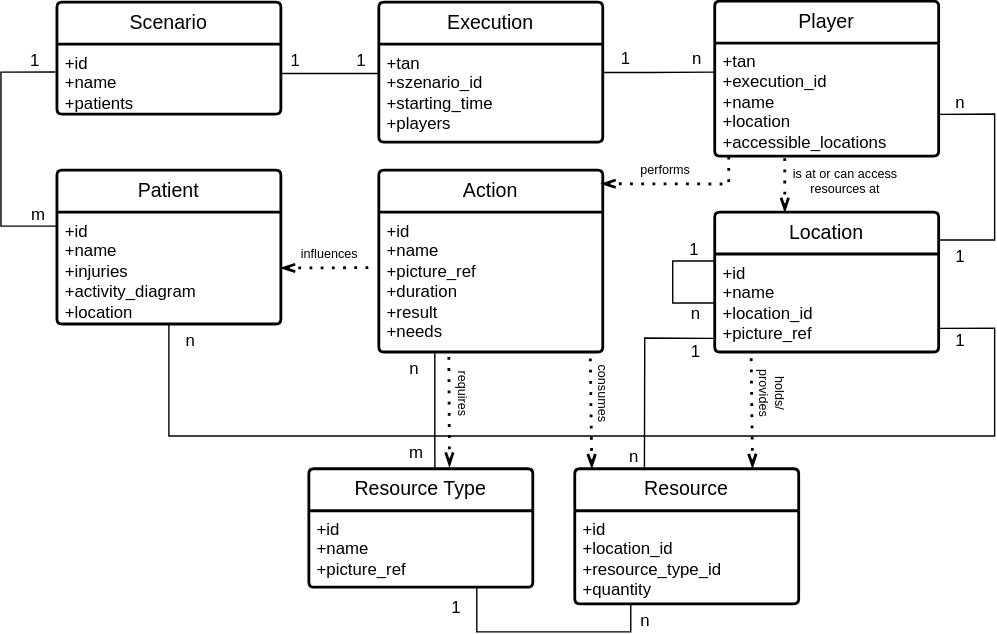
Above: doc/server/entity_relation_runtime.svg in MANVSim/MANVSim (draw.io), before the change. Source tidied: cells renumbered, new cells last; positions are measured from the earlier drawing's top-left corner, leaving out a move shared by most shapes.
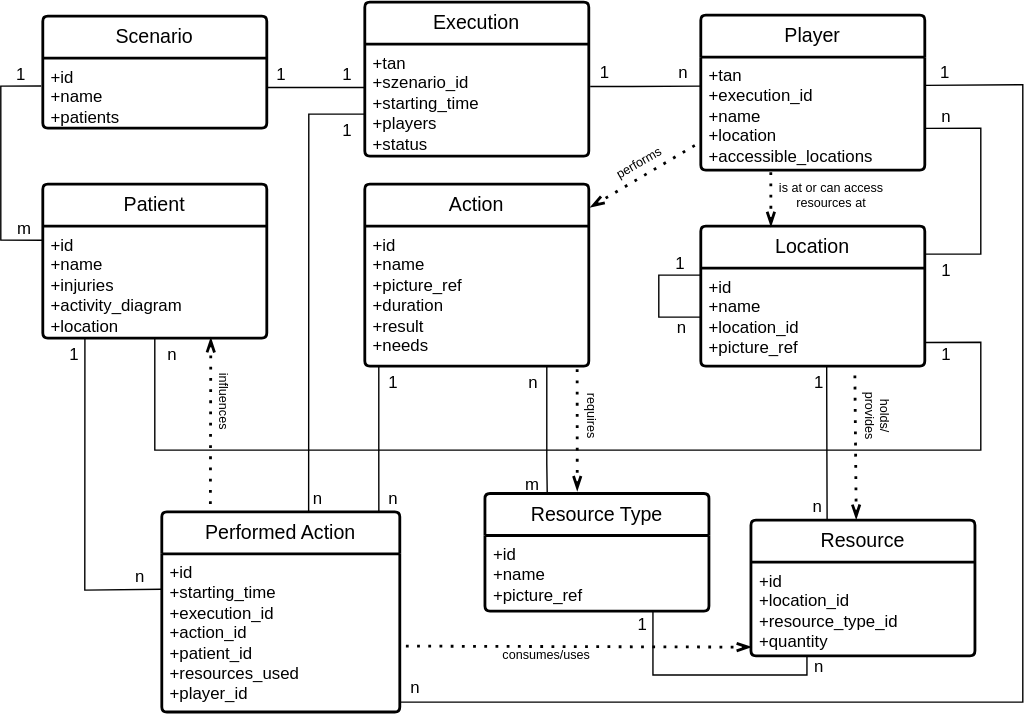
Above is the later version.

Commit message:
add performed action class, update graph, add execution status

What changed in the source:
```diff
@@ -17,8 +17,8 @@
     <mxCell id="6" style="endArrow=none;html=1;rounded=0;entryX=-0.007;entryY=0.399;entryDx=0;entryDy=0;exitX=-0.001;exitY=0.126;exitDx=0;exitDy=0;exitPerimeter=0;entryPerimeter=0;" parent="1" edge="1" source="5" target="3">
       <mxGeometry relative="1" as="geometry">
         <Array as="points">
-          <mxPoint y="161" />
-          <mxPoint y="51" />
+          <mxPoint x="10" y="161" />
+          <mxPoint x="10" y="51" />
         </Array>
       </mxGeometry>
     </mxCell>
@@ -39,10 +39,10 @@
       <mxGeometry y="30" width="160" height="100" as="geometry" />
     </mxCell>
     <mxCell id="11" value="Execution" style="swimlane;horizontal=1;startSize=30;rounded=1;fontSize=14;fontStyle=0;strokeWidth=2;shadow=0;dashed=0;align=center;arcSize=4;whiteSpace=wrap;html=1;" parent="1" vertex="1">
-      <mxGeometry x="270" y="1" width="160" height="100" as="geometry" />
+      <mxGeometry x="270" y="-9" width="160" height="110" as="geometry" />
     </mxCell>
-    <mxCell id="12" value="&lt;div&gt;+tan&lt;/div&gt;&lt;div&gt;+szenario_id&lt;/div&gt;&lt;div&gt;+starting_time&lt;/div&gt;&lt;div&gt;+players&lt;/div&gt;" style="align=left;strokeColor=none;fillColor=none;spacingLeft=4;fontSize=12;verticalAlign=top;html=1;" parent="11" vertex="1">
-      <mxGeometry y="30" width="160" height="70" as="geometry" />
+    <mxCell id="12" value="&lt;div&gt;+tan&lt;/div&gt;&lt;div&gt;+szenario_id&lt;/div&gt;&lt;div&gt;+starting_time&lt;/div&gt;&lt;div&gt;+players&lt;/div&gt;&lt;div&gt;+status&lt;/div&gt;" style="align=left;strokeColor=none;fillColor=none;spacingLeft=4;fontSize=12;verticalAlign=top;html=1;" parent="11" vertex="1">
+      <mxGeometry y="30" width="160" height="80" as="geometry" />
     </mxCell>
     <mxCell id="13" value="Player" style="swimlane;horizontal=1;startSize=30;rounded=1;fontSize=14;fontStyle=0;strokeWidth=2;shadow=0;dashed=0;align=center;arcSize=4;whiteSpace=wrap;html=1;" parent="1" vertex="1">
       <mxGeometry x="510" y="0.3" width="160" height="110.7" as="geometry" />
@@ -74,16 +74,16 @@
       <mxGeometry y="30" width="160" height="70" as="geometry" />
     </mxCell>
     <mxCell id="20" value="Resource" style="swimlane;horizontal=1;startSize=30;rounded=1;fontSize=14;fontStyle=0;strokeWidth=2;shadow=0;dashed=0;align=center;arcSize=4;whiteSpace=wrap;html=1;" parent="1" vertex="1">
-      <mxGeometry x="410" y="334.4" width="160" height="96.6" as="geometry" />
+      <mxGeometry x="545.8" y="361" width="160" height="97" as="geometry" />
     </mxCell>
     <mxCell id="21" value="+id&lt;div&gt;+location_id&lt;/div&gt;&lt;div&gt;+resource_type_id&lt;br&gt;+quantity&lt;/div&gt;" style="align=left;strokeColor=none;fillColor=none;spacingLeft=4;fontSize=12;verticalAlign=top;html=1;" parent="20" vertex="1">
-      <mxGeometry y="30" width="160" height="66.6" as="geometry" />
+      <mxGeometry y="30" width="160" height="67" as="geometry" />
     </mxCell>
     <mxCell id="22" value="Resource Type" style="swimlane;horizontal=1;startSize=30;rounded=1;fontSize=14;fontStyle=0;strokeWidth=2;shadow=0;dashed=0;align=center;arcSize=4;whiteSpace=wrap;html=1;" parent="1" vertex="1">
-      <mxGeometry x="220" y="334.4" width="160" height="84.7" as="geometry" />
+      <mxGeometry x="355.8" y="342" width="160" height="84" as="geometry" />
     </mxCell>
     <mxCell id="23" value="+id&lt;div&gt;+name&lt;br&gt;&lt;/div&gt;&lt;div&gt;+picture_ref&lt;/div&gt;" style="align=left;strokeColor=none;fillColor=none;spacingLeft=4;fontSize=12;verticalAlign=top;html=1;" parent="22" vertex="1">
-      <mxGeometry y="30" width="160" height="54.7" as="geometry" />
+      <mxGeometry y="30" width="160" height="54" as="geometry" />
     </mxCell>
     <mxCell id="24" style="endArrow=none;html=1;rounded=0;exitX=0;exitY=0;exitDx=0;exitDy=0;" parent="1" edge="1">
       <mxGeometry relative="1" as="geometry">
@@ -118,18 +118,18 @@
     <mxCell id="29" style="endArrow=none;html=1;rounded=0;entryX=0.75;entryY=1;entryDx=0;entryDy=0;exitX=0.25;exitY=1;exitDx=0;exitDy=0;" parent="1" edge="1" source="21" target="23">
       <mxGeometry relative="1" as="geometry">
         <Array as="points">
-          <mxPoint x="450" y="451" />
-          <mxPoint x="340" y="451" />
+          <mxPoint x="585.8" y="471.7" />
+          <mxPoint x="475.8" y="471.7" />
         </Array>
       </mxGeometry>
     </mxCell>
     <mxCell id="30" value="1" style="html=1;whiteSpace=wrap;align=right;verticalAlign=bottom;" parent="1" vertex="1">
-      <mxGeometry x="330" y="442.7" as="geometry" />
+      <mxGeometry x="473" y="444" as="geometry" />
     </mxCell>
-    <mxCell id="31" style="endArrow=none;html=1;rounded=0;exitX=-0.004;exitY=0.861;exitDx=0;exitDy=0;exitPerimeter=0;entryX=0.311;entryY=0.011;entryDx=0;entryDy=0;entryPerimeter=0;" parent="1" edge="1" source="19" target="20">
+    <mxCell id="31" style="endArrow=none;html=1;rounded=0;exitX=0.562;exitY=0.997;exitDx=0;exitDy=0;exitPerimeter=0;entryX=0.34;entryY=0;entryDx=0;entryDy=0;entryPerimeter=0;" parent="1" edge="1" source="19" target="20">
       <mxGeometry relative="1" as="geometry">
         <Array as="points">
-          <mxPoint x="460" y="241" />
+          <mxPoint x="600" y="291" />
         </Array>
       </mxGeometry>
     </mxCell>
@@ -139,7 +139,7 @@
       </mxGeometry>
     </mxCell>
     <mxCell id="33" value="1" style="html=1;whiteSpace=wrap;align=right;verticalAlign=bottom;" parent="1" vertex="1">
-      <mxGeometry x="501" y="259" as="geometry" />
+      <mxGeometry x="599" y="271" as="geometry" />
     </mxCell>
     <mxCell id="34" style="endArrow=none;html=1;rounded=0;entryX=1;entryY=0.25;entryDx=0;entryDy=0;exitX=0.999;exitY=0.631;exitDx=0;exitDy=0;strokeColor=#000000;exitPerimeter=0;" parent="1" edge="1" source="14">
       <mxGeometry relative="1" as="geometry">
@@ -158,21 +158,22 @@
     <mxCell id="36" value="1" style="html=1;whiteSpace=wrap;align=right;verticalAlign=bottom;fontColor=#000000;" parent="1" vertex="1">
       <mxGeometry x="690" y="191" as="geometry" />
     </mxCell>
-    <mxCell id="37" style="endArrow=none;html=1;rounded=0;entryX=0.25;entryY=1;entryDx=0;entryDy=0;fillColor=#FF0000;fontColor=#000000;strokeColor=#000000;exitX=0.563;exitY=-0.001;exitDx=0;exitDy=0;exitPerimeter=0;" parent="1" edge="1" source="22" target="10">
+    <mxCell id="37" style="endArrow=none;html=1;rounded=0;fillColor=#FF0000;fontColor=#000000;strokeColor=#000000;exitX=0.278;exitY=-0.005;exitDx=0;exitDy=0;exitPerimeter=0;" parent="1" edge="1" source="22">
       <mxGeometry relative="1" as="geometry">
+        <mxPoint x="400" y="251" as="targetPoint" />
         <Array as="points">
-          <mxPoint x="310" y="321" />
+          <mxPoint x="400" y="321" />
         </Array>
       </mxGeometry>
     </mxCell>
     <mxCell id="38" value="m" style="html=1;whiteSpace=wrap;align=left;verticalAlign=bottom;fontColor=#000000;strokeColor=#000000;" parent="37" vertex="1">
       <mxGeometry relative="1" as="geometry">
-        <mxPoint x="-20" y="38" as="offset" />
+        <mxPoint x="-17" y="48" as="offset" />
       </mxGeometry>
     </mxCell>
     <mxCell id="39" value="n" style="html=1;whiteSpace=wrap;align=right;verticalAlign=bottom;fontColor=#000000;strokeColor=#000000;" parent="37" vertex="1">
       <mxGeometry x="1" relative="1" as="geometry">
-        <mxPoint x="-10" y="20" as="offset" />
+        <mxPoint x="-5" y="20" as="offset" />
       </mxGeometry>
     </mxCell>
     <mxCell id="40" style="endArrow=none;html=1;rounded=0;exitX=1.002;exitY=0.349;exitDx=0;exitDy=0;exitPerimeter=0;" parent="1" edge="1">
@@ -190,53 +191,33 @@
       </mxGeometry>
     </mxCell>
     <mxCell id="42" value="1" style="html=1;whiteSpace=wrap;align=right;verticalAlign=bottom;" parent="1" vertex="1">
-      <mxGeometry x="451" y="50.3" as="geometry" />
+      <mxGeometry x="446" y="50.3" as="geometry" />
     </mxCell>
     <mxCell id="43" value="n" style="html=1;whiteSpace=wrap;align=right;verticalAlign=bottom;" parent="1" vertex="1">
-      <mxGeometry x="140" y="251" as="geometry" />
+      <mxGeometry x="137" y="251" as="geometry" />
     </mxCell>
     <mxCell id="44" value="n" style="html=1;whiteSpace=wrap;align=right;verticalAlign=bottom;" parent="1" vertex="1">
-      <mxGeometry x="465" y="451" as="geometry" />
+      <mxGeometry x="599" y="474" as="geometry" />
     </mxCell>
-    <mxCell id="45" style="endArrow=none;dashed=1;html=1;dashPattern=1 3;strokeWidth=2;rounded=0;exitX=1;exitY=0.5;exitDx=0;exitDy=0;entryX=-0.01;entryY=0.397;entryDx=0;entryDy=0;entryPerimeter=0;startArrow=openThin;startFill=0;" parent="1" edge="1" source="5" target="10">
-      <mxGeometry relative="1" as="geometry" />
-    </mxCell>
-    <mxCell id="46" value="influences" style="text;html=1;align=center;verticalAlign=middle;whiteSpace=wrap;rounded=0;fontSize=9;" parent="1" vertex="1">
-      <mxGeometry x="200" y="171" width="70" height="20" as="geometry" />
-    </mxCell>
-    <mxCell id="47" style="endArrow=none;dashed=1;html=1;dashPattern=1 3;strokeWidth=2;rounded=0;exitX=0.994;exitY=0.075;exitDx=0;exitDy=0;startArrow=openThin;startFill=0;exitPerimeter=0;" parent="1" edge="1" source="9">
-      <mxGeometry relative="1" as="geometry">
-        <mxPoint x="520" y="111" as="targetPoint" />
-        <Array as="points">
-          <mxPoint x="520" y="131" />
-        </Array>
-      </mxGeometry>
-    </mxCell>
-    <mxCell id="48" value="performs" style="text;html=1;align=center;verticalAlign=middle;whiteSpace=wrap;rounded=0;fontSize=9;rotation=0;" parent="1" vertex="1">
-      <mxGeometry x="440" y="111" width="70" height="20" as="geometry" />
-    </mxCell>
-    <mxCell id="49" style="endArrow=none;dashed=1;html=1;dashPattern=1 3;strokeWidth=2;rounded=0;exitX=0.076;exitY=-0.003;exitDx=0;exitDy=0;entryX=0.944;entryY=0.997;entryDx=0;entryDy=0;startArrow=openThin;startFill=0;exitPerimeter=0;entryPerimeter=0;" parent="1" edge="1" source="20" target="10">
+    <mxCell id="49" style="endArrow=none;dashed=1;html=1;dashPattern=1 3;strokeWidth=2;rounded=0;startArrow=openThin;startFill=0;exitX=0.75;exitY=1;exitDx=0;exitDy=0;entryX=0.204;entryY=-0.006;entryDx=0;entryDy=0;entryPerimeter=0;" parent="1" edge="1" source="4" target="57">
       <mxGeometry relative="1" as="geometry" />
     </mxCell>
-    <mxCell id="50" value="consumes" style="text;html=1;align=center;verticalAlign=middle;whiteSpace=wrap;rounded=0;fontSize=9;rotation=90;" parent="1" vertex="1">
-      <mxGeometry x="395" y="276" width="70" height="10" as="geometry" />
+    <mxCell id="50" value="influences" style="text;html=1;align=center;verticalAlign=middle;whiteSpace=wrap;rounded=0;fontSize=9;rotation=90;" parent="1" vertex="1">
+      <mxGeometry x="134.5" y="273.5" width="70" height="5" as="geometry" />
     </mxCell>
-    <mxCell id="51" style="endArrow=none;dashed=1;html=1;dashPattern=1 3;strokeWidth=2;rounded=0;exitX=0.628;exitY=-0.017;exitDx=0;exitDy=0;entryX=0.75;entryY=1;entryDx=0;entryDy=0;startArrow=openThin;startFill=0;exitPerimeter=0;" parent="1" edge="1" source="22">
-      <mxGeometry relative="1" as="geometry">
-        <mxPoint x="320" y="251.4" as="targetPoint" />
-      </mxGeometry>
+    <mxCell id="51" style="endArrow=none;dashed=1;html=1;dashPattern=1 3;strokeWidth=2;rounded=0;startArrow=openThin;startFill=0;entryX=0.948;entryY=0.998;entryDx=0;entryDy=0;entryPerimeter=0;exitX=0.412;exitY=-0.027;exitDx=0;exitDy=0;exitPerimeter=0;" parent="1" edge="1" source="22" target="10">
+      <mxGeometry relative="1" as="geometry" />
     </mxCell>
     <mxCell id="52" value="requires" style="text;html=1;align=center;verticalAlign=middle;whiteSpace=wrap;rounded=0;fontSize=9;rotation=90;" parent="1" vertex="1">
-      <mxGeometry x="295" y="271" width="70" height="20" as="geometry" />
+      <mxGeometry x="397.8" y="278.8" width="70" height="15.6" as="geometry" />
     </mxCell>
-    <mxCell id="53" style="endArrow=none;dashed=1;html=1;dashPattern=1 3;strokeWidth=2;rounded=0;exitX=0.076;exitY=-0.003;exitDx=0;exitDy=0;entryX=0.944;entryY=0.997;entryDx=0;entryDy=0;startArrow=openThin;startFill=0;exitPerimeter=0;entryPerimeter=0;" parent="1" edge="1">
+    <mxCell id="53" style="endArrow=none;dashed=1;html=1;dashPattern=1 3;strokeWidth=2;rounded=0;exitX=0.47;exitY=-0.009;exitDx=0;exitDy=0;entryX=0.944;entryY=0.997;entryDx=0;entryDy=0;startArrow=openThin;startFill=0;exitPerimeter=0;entryPerimeter=0;" parent="1" edge="1" source="20">
       <mxGeometry relative="1" as="geometry">
-        <mxPoint x="537" y="334" as="sourcePoint" />
-        <mxPoint x="536" y="251" as="targetPoint" />
+        <mxPoint x="620" y="251" as="targetPoint" />
       </mxGeometry>
     </mxCell>
     <mxCell id="54" value="holds/&lt;br&gt;provides" style="text;html=1;align=center;verticalAlign=middle;whiteSpace=wrap;rounded=0;fontSize=9;rotation=90;" parent="1" vertex="1">
-      <mxGeometry x="524.4" y="265.4" width="53.8" height="31.2" as="geometry" />
+      <mxGeometry x="610" y="271" width="53.8" height="31.2" as="geometry" />
     </mxCell>
     <mxCell id="55" style="endArrow=none;dashed=1;html=1;dashPattern=1 3;strokeWidth=2;rounded=0;startArrow=openThin;startFill=0;entryX=0.687;entryY=1.003;entryDx=0;entryDy=0;entryPerimeter=0;" parent="1" edge="1">
       <mxGeometry relative="1" as="geometry">
@@ -247,5 +228,92 @@
     <mxCell id="56" value="is at or can access resources at" style="text;html=1;align=center;verticalAlign=middle;whiteSpace=wrap;rounded=0;fontSize=9;rotation=0;" parent="1" vertex="1">
       <mxGeometry x="550" y="121" width="106.9" height="15.6" as="geometry" />
     </mxCell>
+    <mxCell id="57" value="Performed Action" style="swimlane;horizontal=1;startSize=30;rounded=1;fontSize=14;fontStyle=0;strokeWidth=2;shadow=0;dashed=0;align=center;arcSize=4;whiteSpace=wrap;html=1;" parent="1" vertex="1">
+      <mxGeometry x="125" y="355.1" width="170" height="143" as="geometry" />
+    </mxCell>
+    <mxCell id="58" value="+id&lt;div&gt;+starting_time&lt;br&gt;&lt;/div&gt;&lt;div&gt;+execution_id&lt;/div&gt;&lt;div&gt;+action_id&lt;/div&gt;&lt;div&gt;+patient_id&lt;/div&gt;&lt;div&gt;+resources_used&lt;/div&gt;&lt;div&gt;+player_id&lt;/div&gt;" style="align=left;strokeColor=none;fillColor=none;spacingLeft=4;fontSize=12;verticalAlign=top;html=1;" parent="57" vertex="1">
+      <mxGeometry y="30" width="170" height="113" as="geometry" />
+    </mxCell>
+    <mxCell id="59" style="endArrow=none;html=1;rounded=0;exitX=0;exitY=0.75;exitDx=0;exitDy=0;entryX=0.617;entryY=-0.004;entryDx=0;entryDy=0;entryPerimeter=0;" parent="1" edge="1" target="57">
+      <mxGeometry relative="1" as="geometry">
+        <mxPoint x="270" y="71" as="sourcePoint" />
+        <Array as="points">
+          <mxPoint x="230" y="71" />
+        </Array>
+      </mxGeometry>
+    </mxCell>
+    <mxCell id="60" value="n" style="html=1;whiteSpace=wrap;align=right;verticalAlign=bottom;" parent="59" vertex="1">
+      <mxGeometry x="1" relative="1" as="geometry">
+        <mxPoint x="11" as="offset" />
+      </mxGeometry>
+    </mxCell>
+    <mxCell id="61" value="1" style="html=1;whiteSpace=wrap;align=right;verticalAlign=bottom;" parent="1" vertex="1">
+      <mxGeometry x="262" y="91" as="geometry" />
+    </mxCell>
+    <mxCell id="62" style="endArrow=none;html=1;rounded=0;entryX=-0.001;entryY=0.224;entryDx=0;entryDy=0;exitX=0.188;exitY=1.001;exitDx=0;exitDy=0;exitPerimeter=0;entryPerimeter=0;" parent="1" edge="1" source="5" target="58">
+      <mxGeometry relative="1" as="geometry">
+        <Array as="points">
+          <mxPoint x="70" y="411" />
+        </Array>
+      </mxGeometry>
+    </mxCell>
+    <mxCell id="63" value="n" style="html=1;whiteSpace=wrap;align=right;verticalAlign=bottom;" parent="62" vertex="1">
+      <mxGeometry x="1" relative="1" as="geometry">
+        <mxPoint x="-10" as="offset" />
+      </mxGeometry>
+    </mxCell>
+    <mxCell id="64" value="1" style="html=1;whiteSpace=wrap;align=right;verticalAlign=bottom;" parent="1" vertex="1">
+      <mxGeometry x="67" y="251" as="geometry" />
+    </mxCell>
+    <mxCell id="65" style="endArrow=none;html=1;rounded=0;entryX=0.912;entryY=-0.003;entryDx=0;entryDy=0;entryPerimeter=0;" parent="1" edge="1" target="57">
+      <mxGeometry relative="1" as="geometry">
+        <mxPoint x="280" y="251" as="sourcePoint" />
+        <Array as="points">
+          <mxPoint x="280" y="323" />
+        </Array>
+      </mxGeometry>
+    </mxCell>
+    <mxCell id="66" value="n" style="html=1;whiteSpace=wrap;align=right;verticalAlign=bottom;" parent="65" vertex="1">
+      <mxGeometry x="1" relative="1" as="geometry">
+        <mxPoint x="15" as="offset" />
+      </mxGeometry>
+    </mxCell>
+    <mxCell id="67" value="1" style="html=1;whiteSpace=wrap;align=right;verticalAlign=bottom;" parent="1" vertex="1">
+      <mxGeometry x="295" y="271" as="geometry" />
+    </mxCell>
+    <mxCell id="68" style="endArrow=none;html=1;rounded=0;entryX=1;entryY=0.25;entryDx=0;entryDy=0;" parent="1" edge="1" target="14">
+      <mxGeometry relative="1" as="geometry">
+        <mxPoint x="295" y="491" as="sourcePoint" />
+        <Array as="points">
+          <mxPoint x="740" y="491" />
+          <mxPoint x="740" y="50" />
+        </Array>
+      </mxGeometry>
+    </mxCell>
+    <mxCell id="69" value="n" style="html=1;whiteSpace=wrap;align=left;verticalAlign=bottom;" parent="68" vertex="1">
+      <mxGeometry x="-1" relative="1" as="geometry">
+        <mxPoint x="6" y="-2" as="offset" />
+      </mxGeometry>
+    </mxCell>
+    <mxCell id="70" value="1" style="html=1;whiteSpace=wrap;align=right;verticalAlign=bottom;" parent="68" vertex="1">
+      <mxGeometry x="1" relative="1" as="geometry">
+        <mxPoint x="19" as="offset" />
+      </mxGeometry>
+    </mxCell>
+    <mxCell id="71" style="endArrow=none;dashed=1;html=1;dashPattern=1 3;strokeWidth=2;rounded=0;startArrow=openThin;startFill=0;entryX=0;entryY=0.75;entryDx=0;entryDy=0;exitX=1.008;exitY=0.126;exitDx=0;exitDy=0;exitPerimeter=0;" parent="1" edge="1" source="9" target="14">
+      <mxGeometry relative="1" as="geometry" />
+    </mxCell>
+    <mxCell id="48" value="performs" style="text;html=1;align=center;verticalAlign=middle;whiteSpace=wrap;rounded=0;fontSize=9;rotation=-30;" parent="1" vertex="1">
+      <mxGeometry x="431.4" y="100.6" width="70" height="10" as="geometry" />
+    </mxCell>
+    <mxCell id="72" style="endArrow=none;dashed=1;html=1;dashPattern=1 3;strokeWidth=2;rounded=0;startArrow=openThin;startFill=0;exitX=-0.004;exitY=0.907;exitDx=0;exitDy=0;entryX=1;entryY=0.569;entryDx=0;entryDy=0;entryPerimeter=0;exitPerimeter=0;" parent="1" edge="1">
+      <mxGeometry relative="1" as="geometry">
+        <mxPoint x="545.8" y="451.7" as="sourcePoint" />
+        <mxPoint x="295.6" y="451" as="targetPoint" />
+      </mxGeometry>
+    </mxCell>
+    <mxCell id="73" value="consumes/uses" style="text;html=1;align=center;verticalAlign=middle;whiteSpace=wrap;rounded=0;fontSize=9;rotation=0;" parent="1" vertex="1">
+      <mxGeometry x="365" y="451" width="70" height="14" as="geometry" />
+    </mxCell>
   </root>
 </mxGraphModel>
```
